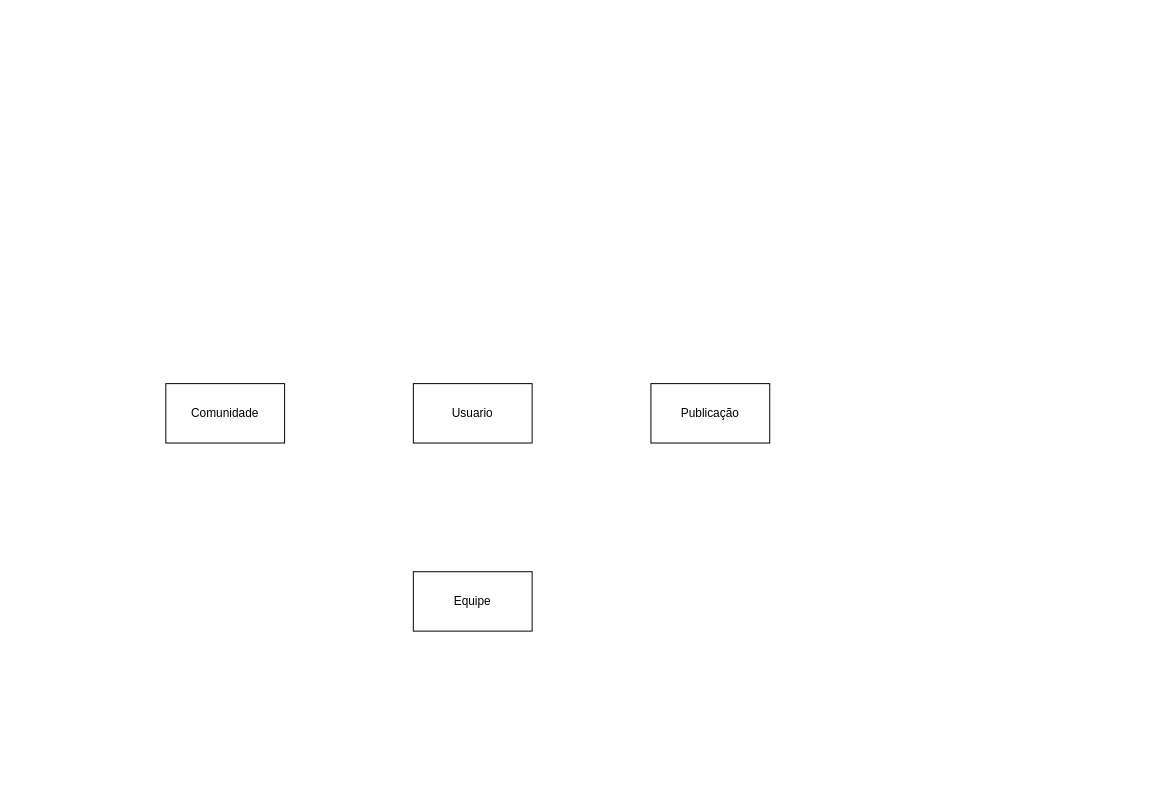
This is Diagrama sem nome.drawio from shigerysasaki/Estudos, a draw.io file, before an edit. Source tidied: cells renumbered, new cells numbered last; positions are measured from the earlier drawing's top-left corner, leaving out a move shared by most shapes. Both pictures are drawn from the tidied source at 99%, with x=0, y=0 at pixel (165, 383).
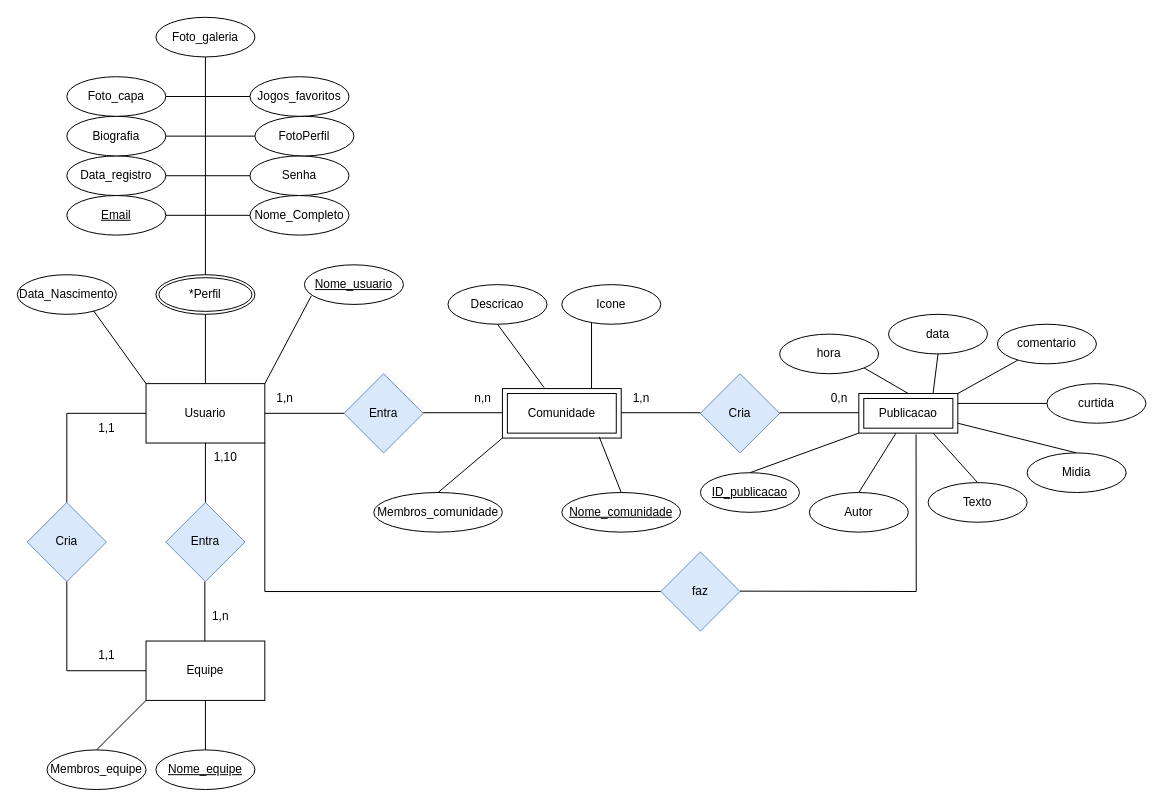
The same diagram, later.

Diff of the diagram source:
```diff
@@
     <mxCell id="2" value="Usuario" style="rounded=0;whiteSpace=wrap;html=1;" parent="1" vertex="1">
-      <mxGeometry x="250" width="120" height="60" as="geometry" />
+      <mxGeometry x="-20" width="120" height="60" as="geometry" />
     </mxCell>
+    <mxCell id="5" value="Equipe" style="rounded=0;whiteSpace=wrap;html=1;" parent="1" vertex="1">
+      <mxGeometry x="-20" y="260" width="120" height="60" as="geometry" />
+    </mxCell>
+    <mxCell id="6" value="Entra" style="rhombus;whiteSpace=wrap;html=1;fillColor=#dae8fc;strokeColor=#6c8ebf;" parent="1" vertex="1">
+      <mxGeometry x="180" y="-10" width="80" height="80" as="geometry" />
+    </mxCell>
+    <mxCell id="7" style="endArrow=none;html=1;rounded=0;exitX=1;exitY=0.5;exitDx=0;exitDy=0;entryX=0;entryY=0.5;entryDx=0;entryDy=0;" parent="1" edge="1" source="2" target="6">
+      <mxGeometry relative="1" as="geometry" />
+    </mxCell>
+    <mxCell id="8" style="endArrow=none;html=1;rounded=0;exitX=1;exitY=0.5;exitDx=0;exitDy=0;entryX=0;entryY=0.5;entryDx=0;entryDy=0;" parent="1" edge="1">
+      <mxGeometry relative="1" as="geometry">
+        <mxPoint x="260" y="29.4" as="sourcePoint" />
+        <mxPoint x="340" y="29.4" as="targetPoint" />
+      </mxGeometry>
+    </mxCell>
+    <mxCell id="9" value="Cria" style="rhombus;whiteSpace=wrap;html=1;fillColor=#dae8fc;strokeColor=#6c8ebf;" parent="1" vertex="1">
+      <mxGeometry x="540" y="-10" width="80" height="80" as="geometry" />
+    </mxCell>
+    <mxCell id="10" style="endArrow=none;html=1;rounded=0;exitX=1;exitY=0.5;exitDx=0;exitDy=0;entryX=0;entryY=0.5;entryDx=0;entryDy=0;" parent="1" edge="1">
+      <mxGeometry relative="1" as="geometry">
+        <mxPoint x="460" y="29.4" as="sourcePoint" />
+        <mxPoint x="540" y="29.4" as="targetPoint" />
+      </mxGeometry>
+    </mxCell>
+    <mxCell id="11" style="endArrow=none;html=1;rounded=0;exitX=1;exitY=0.5;exitDx=0;exitDy=0;entryX=0;entryY=0.5;entryDx=0;entryDy=0;" parent="1" edge="1">
+      <mxGeometry relative="1" as="geometry">
+        <mxPoint x="620" y="29.4" as="sourcePoint" />
+        <mxPoint x="700" y="29.4" as="targetPoint" />
+      </mxGeometry>
+    </mxCell>
+    <mxCell id="12" value="n,n" style="text;html=1;align=center;verticalAlign=middle;strokeColor=none;fillColor=none;" parent="1" vertex="1">
+      <mxGeometry x="300" width="40" height="30" as="geometry" />
+    </mxCell>
+    <mxCell id="13" value="0,n" style="text;html=1;align=center;verticalAlign=middle;strokeColor=none;fillColor=none;" parent="1" vertex="1">
+      <mxGeometry x="660" width="40" height="30" as="geometry" />
+    </mxCell>
+    <mxCell id="14" value="1,n" style="text;html=1;align=center;verticalAlign=middle;strokeColor=none;fillColor=none;" parent="1" vertex="1">
+      <mxGeometry x="100" width="40" height="30" as="geometry" />
+    </mxCell>
+    <mxCell id="15" value="1,n" style="text;html=1;align=center;verticalAlign=middle;strokeColor=none;fillColor=none;" parent="1" vertex="1">
+      <mxGeometry x="460" width="40" height="30" as="geometry" />
+    </mxCell>
+    <mxCell id="16" value="Entra" style="rhombus;whiteSpace=wrap;html=1;fillColor=#dae8fc;strokeColor=#6c8ebf;" parent="1" vertex="1">
+      <mxGeometry y="120" width="80" height="80" as="geometry" />
+    </mxCell>
+    <mxCell id="17" style="endArrow=none;html=1;rounded=0;exitX=0.5;exitY=1;exitDx=0;exitDy=0;entryX=0.5;entryY=0;entryDx=0;entryDy=0;" parent="1" edge="1" source="2" target="16">
+      <mxGeometry relative="1" as="geometry" />
+    </mxCell>
+    <mxCell id="18" style="endArrow=none;html=1;rounded=0;exitX=0.5;exitY=1;exitDx=0;exitDy=0;entryX=0.5;entryY=0;entryDx=0;entryDy=0;" parent="1" edge="1">
+      <mxGeometry relative="1" as="geometry">
+        <mxPoint x="39.4" y="200" as="sourcePoint" />
+        <mxPoint x="39.4" y="260" as="targetPoint" />
+      </mxGeometry>
+    </mxCell>
+    <mxCell id="19" value="1,n" style="text;html=1;align=center;verticalAlign=middle;strokeColor=none;fillColor=none;" parent="1" vertex="1">
+      <mxGeometry x="35" y="220" width="40" height="30" as="geometry" />
+    </mxCell>
+    <mxCell id="20" value="1,10" style="text;html=1;align=center;verticalAlign=middle;strokeColor=none;fillColor=none;" parent="1" vertex="1">
+      <mxGeometry x="35" y="60" width="50" height="30" as="geometry" />
+    </mxCell>
+    <mxCell id="21" style="endArrow=none;html=1;rounded=0;exitX=0.5;exitY=0;exitDx=0;exitDy=0;" parent="1" edge="1" source="2">
+      <mxGeometry relative="1" as="geometry">
+        <mxPoint x="40" y="-330" as="targetPoint" />
+      </mxGeometry>
+    </mxCell>
+    <mxCell id="22" style="endArrow=none;html=1;rounded=0;" parent="1" edge="1">
+      <mxGeometry relative="1" as="geometry">
+        <mxPoint x="-10" y="-170" as="sourcePoint" />
+        <mxPoint x="90" y="-170" as="targetPoint" />
+      </mxGeometry>
+    </mxCell>
+    <mxCell id="23" style="endArrow=none;html=1;rounded=0;exitX=1;exitY=0;exitDx=0;exitDy=0;entryX=0.07;entryY=0.783;entryDx=0;entryDy=0;entryPerimeter=0;" parent="1" edge="1" source="2" target="25">
+      <mxGeometry relative="1" as="geometry" />
+    </mxCell>
+    <mxCell id="24" style="endArrow=none;html=1;rounded=0;" parent="1" edge="1">
+      <mxGeometry relative="1" as="geometry">
+        <mxPoint x="-10" y="-210" as="sourcePoint" />
+        <mxPoint x="90" y="-210" as="targetPoint" />
+      </mxGeometry>
+    </mxCell>
+    <mxCell id="25" value="Nome_usuario" style="ellipse;whiteSpace=wrap;html=1;align=center;fontStyle=4;" parent="1" vertex="1">
+      <mxGeometry x="140" y="-120" width="100" height="40" as="geometry" />
+    </mxCell>
+    <mxCell id="26" value="Email" style="ellipse;whiteSpace=wrap;html=1;align=center;fontStyle=4;" parent="1" vertex="1">
+      <mxGeometry x="-100" y="-190" width="100" height="40" as="geometry" />
+    </mxCell>
+    <mxCell id="27" value="Nome_Completo" style="ellipse;whiteSpace=wrap;html=1;align=center;" parent="1" vertex="1">
+      <mxGeometry x="85" y="-190" width="100" height="40" as="geometry" />
+    </mxCell>
+    <mxCell id="28" value="Data_Nascimento" style="ellipse;whiteSpace=wrap;html=1;align=center;" parent="1" vertex="1">
+      <mxGeometry x="-150" y="-110" width="100" height="40" as="geometry" />
+    </mxCell>
+    <mxCell id="29" value="Senha" style="ellipse;whiteSpace=wrap;html=1;align=center;" parent="1" vertex="1">
+      <mxGeometry x="85" y="-230" width="100" height="40" as="geometry" />
+    </mxCell>
+    <mxCell id="30" value="Data_registro" style="ellipse;whiteSpace=wrap;html=1;align=center;" parent="1" vertex="1">
+      <mxGeometry x="-100" y="-230" width="100" height="40" as="geometry" />
+    </mxCell>
+    <mxCell id="31" style="endArrow=none;html=1;rounded=0;" parent="1" edge="1">
+      <mxGeometry relative="1" as="geometry">
+        <mxPoint x="-10" y="-250" as="sourcePoint" />
+        <mxPoint x="90" y="-250" as="targetPoint" />
+      </mxGeometry>
+    </mxCell>
+    <mxCell id="32" style="endArrow=none;html=1;rounded=0;" parent="1" edge="1">
+      <mxGeometry relative="1" as="geometry">
+        <mxPoint x="-10" y="-290" as="sourcePoint" />
+        <mxPoint x="90" y="-290" as="targetPoint" />
+      </mxGeometry>
+    </mxCell>
+    <mxCell id="33" value="Biografia" style="ellipse;whiteSpace=wrap;html=1;align=center;" parent="1" vertex="1">
+      <mxGeometry x="-100" y="-270" width="100" height="40" as="geometry" />
+    </mxCell>
+    <mxCell id="34" value="FotoPerfil" style="ellipse;whiteSpace=wrap;html=1;align=center;" parent="1" vertex="1">
+      <mxGeometry x="90" y="-270" width="100" height="40" as="geometry" />
+    </mxCell>
+    <mxCell id="35" value="Foto_capa" style="ellipse;whiteSpace=wrap;html=1;align=center;" parent="1" vertex="1">
+      <mxGeometry x="-100" y="-310" width="100" height="40" as="geometry" />
+    </mxCell>
+    <mxCell id="36" value="Foto_galeria" style="ellipse;whiteSpace=wrap;html=1;align=center;" parent="1" vertex="1">
+      <mxGeometry x="-10" y="-370" width="100" height="40" as="geometry" />
+    </mxCell>
+    <mxCell id="37" value="Jogos_favoritos" style="ellipse;whiteSpace=wrap;html=1;align=center;" parent="1" vertex="1">
+      <mxGeometry x="85" y="-310" width="100" height="40" as="geometry" />
+    </mxCell>
-    <mxCell id="3" value="Comunidade" style="rounded=0;whiteSpace=wrap;html=1;" parent="1" vertex="1">
-      <mxGeometry width="120" height="60" as="geometry" />
+    <mxCell id="3" value="Comunidade" style="shape=ext;margin=3;double=1;whiteSpace=wrap;html=1;align=center;" parent="1" vertex="1">
+      <mxGeometry x="340" y="5" width="120" height="50" as="geometry" />
     </mxCell>
-    <mxCell id="4" value="Publicação" style="rounded=0;whiteSpace=wrap;html=1;" parent="1" vertex="1">
-      <mxGeometry x="490" width="120" height="60" as="geometry" />
-    </mxCell>
-    <mxCell id="5" value="Equipe" style="rounded=0;whiteSpace=wrap;html=1;" parent="1" vertex="1">
-      <mxGeometry x="250" y="190" width="120" height="60" as="geometry" />
-    </mxCell>
+    <mxCell id="38" value="Publicacao" style="shape=ext;margin=3;double=1;whiteSpace=wrap;html=1;align=center;" parent="1" vertex="1">
+      <mxGeometry x="700" y="10" width="100" height="40" as="geometry" />
+    </mxCell>
+    <mxCell id="39" style="endArrow=none;html=1;rounded=0;exitX=0;exitY=0;exitDx=0;exitDy=0;entryX=0.77;entryY=0.908;entryDx=0;entryDy=0;entryPerimeter=0;" parent="1" edge="1" source="2" target="28">
+      <mxGeometry relative="1" as="geometry" />
+    </mxCell>
+    <mxCell id="40" value="*Perfil" style="ellipse;shape=doubleEllipse;margin=3;whiteSpace=wrap;html=1;align=center;" parent="1" vertex="1">
+      <mxGeometry x="-10" y="-110" width="100" height="40" as="geometry" />
+    </mxCell>
+    <mxCell id="41" style="endArrow=none;html=1;rounded=0;entryX=0;entryY=1;entryDx=0;entryDy=0;exitX=0.5;exitY=0;exitDx=0;exitDy=0;" parent="1" edge="1" source="42" target="3">
+      <mxGeometry relative="1" as="geometry" />
+    </mxCell>
+    <mxCell id="42" value="Membros_comunidade" style="ellipse;whiteSpace=wrap;html=1;align=center;" parent="1" vertex="1">
+      <mxGeometry x="210" y="110" width="130" height="40" as="geometry" />
+    </mxCell>
+    <mxCell id="43" style="endArrow=none;html=1;rounded=0;entryX=0.815;entryY=0.977;entryDx=0;entryDy=0;entryPerimeter=0;exitX=0.5;exitY=0;exitDx=0;exitDy=0;" parent="1" edge="1" source="44" target="3">
+      <mxGeometry relative="1" as="geometry" />
+    </mxCell>
+    <mxCell id="44" value="Nome_comunidade" style="ellipse;whiteSpace=wrap;html=1;align=center;fontStyle=4;" parent="1" vertex="1">
+      <mxGeometry x="400" y="110" width="120" height="40" as="geometry" />
+    </mxCell>
+    <mxCell id="45" style="endArrow=none;html=1;rounded=0;entryX=0.35;entryY=-0.023;entryDx=0;entryDy=0;exitX=0.5;exitY=1;exitDx=0;exitDy=0;entryPerimeter=0;" parent="1" edge="1" source="46" target="3">
+      <mxGeometry relative="1" as="geometry" />
+    </mxCell>
+    <mxCell id="46" value="Descricao" style="ellipse;whiteSpace=wrap;html=1;align=center;" parent="1" vertex="1">
+      <mxGeometry x="285" y="-100" width="100" height="40" as="geometry" />
+    </mxCell>
+    <mxCell id="47" style="endArrow=none;html=1;rounded=0;entryX=0.75;entryY=0;entryDx=0;entryDy=0;" parent="1" edge="1" target="3">
+      <mxGeometry relative="1" as="geometry">
+        <mxPoint x="430" y="-70" as="sourcePoint" />
+      </mxGeometry>
+    </mxCell>
+    <mxCell id="48" value="Icone" style="ellipse;whiteSpace=wrap;html=1;align=center;" parent="1" vertex="1">
+      <mxGeometry x="400" y="-100" width="100" height="40" as="geometry" />
+    </mxCell>
+    <mxCell id="49" style="endArrow=none;html=1;rounded=0;entryX=0.75;entryY=1;entryDx=0;entryDy=0;exitX=0.5;exitY=0;exitDx=0;exitDy=0;" parent="1" edge="1" source="51" target="38">
+      <mxGeometry relative="1" as="geometry" />
+    </mxCell>
+    <mxCell id="50" style="endArrow=none;html=1;rounded=0;entryX=0;entryY=1;entryDx=0;entryDy=0;exitX=0.5;exitY=0;exitDx=0;exitDy=0;" parent="1" edge="1" source="63" target="38">
+      <mxGeometry relative="1" as="geometry" />
+    </mxCell>
+    <mxCell id="51" value="Texto" style="ellipse;whiteSpace=wrap;html=1;align=center;" parent="1" vertex="1">
+      <mxGeometry x="770" y="100" width="100" height="40" as="geometry" />
+    </mxCell>
+    <mxCell id="52" style="endArrow=none;html=1;rounded=0;entryX=1;entryY=0.75;entryDx=0;entryDy=0;exitX=0.5;exitY=0;exitDx=0;exitDy=0;" parent="1" edge="1" source="53" target="38">
+      <mxGeometry relative="1" as="geometry" />
+    </mxCell>
+    <mxCell id="53" value="Midia" style="ellipse;whiteSpace=wrap;html=1;align=center;" parent="1" vertex="1">
+      <mxGeometry x="870" y="70" width="100" height="40" as="geometry" />
+    </mxCell>
+    <mxCell id="54" value="curtida" style="ellipse;whiteSpace=wrap;html=1;align=center;" parent="1" vertex="1">
+      <mxGeometry x="890" width="100" height="40" as="geometry" />
+    </mxCell>
+    <mxCell id="55" value="comentario" style="ellipse;whiteSpace=wrap;html=1;align=center;" parent="1" vertex="1">
+      <mxGeometry x="840" y="-60" width="100" height="40" as="geometry" />
+    </mxCell>
+    <mxCell id="56" value="data" style="ellipse;whiteSpace=wrap;html=1;align=center;" parent="1" vertex="1">
+      <mxGeometry x="730" y="-70" width="100" height="40" as="geometry" />
+    </mxCell>
+    <mxCell id="57" value="hora" style="ellipse;whiteSpace=wrap;html=1;align=center;" parent="1" vertex="1">
+      <mxGeometry x="620" y="-50" width="100" height="40" as="geometry" />
+    </mxCell>
+    <mxCell id="58" style="endArrow=none;html=1;rounded=0;entryX=1;entryY=0.25;entryDx=0;entryDy=0;exitX=0;exitY=0.5;exitDx=0;exitDy=0;" parent="1" edge="1" source="54" target="38">
+      <mxGeometry relative="1" as="geometry" />
+    </mxCell>
+    <mxCell id="59" style="endArrow=none;html=1;rounded=0;entryX=1;entryY=0;entryDx=0;entryDy=0;" parent="1" edge="1" source="55" target="38">
+      <mxGeometry relative="1" as="geometry" />
+    </mxCell>
+    <mxCell id="60" style="endArrow=none;html=1;rounded=0;entryX=0.75;entryY=0;entryDx=0;entryDy=0;exitX=0.5;exitY=1;exitDx=0;exitDy=0;" parent="1" edge="1" source="56" target="38">
+      <mxGeometry relative="1" as="geometry" />
+    </mxCell>
+    <mxCell id="61" style="endArrow=none;html=1;rounded=0;entryX=0.5;entryY=0;entryDx=0;entryDy=0;exitX=1;exitY=1;exitDx=0;exitDy=0;" parent="1" edge="1" source="57" target="38">
+      <mxGeometry relative="1" as="geometry" />
+    </mxCell>
+    <mxCell id="62" style="endArrow=none;html=1;rounded=0;exitX=0.5;exitY=0;exitDx=0;exitDy=0;" parent="1" edge="1" source="64" target="38">
+      <mxGeometry relative="1" as="geometry" />
+    </mxCell>
+    <mxCell id="63" value="ID_publicacao" style="ellipse;whiteSpace=wrap;html=1;align=center;fontStyle=4;" parent="1" vertex="1">
+      <mxGeometry x="540" y="90" width="100" height="40" as="geometry" />
+    </mxCell>
+    <mxCell id="64" value="Autor" style="ellipse;whiteSpace=wrap;html=1;align=center;" parent="1" vertex="1">
+      <mxGeometry x="650" y="110" width="100" height="40" as="geometry" />
+    </mxCell>
+    <mxCell id="65" style="endArrow=none;html=1;rounded=0;exitX=1;exitY=1;exitDx=0;exitDy=0;" parent="1" edge="1" source="2" target="66">
+      <mxGeometry relative="1" as="geometry">
+        <Array as="points">
+          <mxPoint x="100" y="210" />
+        </Array>
+      </mxGeometry>
+    </mxCell>
+    <mxCell id="66" value="faz" style="rhombus;whiteSpace=wrap;html=1;fillColor=#dae8fc;strokeColor=#6c8ebf;" parent="1" vertex="1">
+      <mxGeometry x="500" y="170" width="80" height="80" as="geometry" />
+    </mxCell>
+    <mxCell id="67" style="endArrow=none;html=1;rounded=0;entryX=0.578;entryY=1.033;entryDx=0;entryDy=0;entryPerimeter=0;" parent="1" edge="1" target="38">
+      <mxGeometry relative="1" as="geometry">
+        <mxPoint x="580" y="209.6" as="sourcePoint" />
+        <Array as="points">
+          <mxPoint x="758" y="210" />
+        </Array>
+      </mxGeometry>
+    </mxCell>
+    <mxCell id="68" value="Cria" style="rhombus;whiteSpace=wrap;html=1;fillColor=#dae8fc;strokeColor=#6c8ebf;" parent="1" vertex="1">
+      <mxGeometry x="-140" y="120" width="80" height="80" as="geometry" />
+    </mxCell>
+    <mxCell id="69" style="endArrow=none;html=1;rounded=0;entryX=0;entryY=0.5;entryDx=0;entryDy=0;exitX=0.5;exitY=0;exitDx=0;exitDy=0;" parent="1" edge="1" source="68" target="2">
+      <mxGeometry relative="1" as="geometry">
+        <Array as="points">
+          <mxPoint x="-100" y="30" />
+        </Array>
+      </mxGeometry>
+    </mxCell>
+    <mxCell id="70" style="endArrow=none;html=1;rounded=0;entryX=0;entryY=0.5;entryDx=0;entryDy=0;exitX=0.5;exitY=1;exitDx=0;exitDy=0;" parent="1" edge="1" source="68" target="5">
+      <mxGeometry relative="1" as="geometry">
+        <Array as="points">
+          <mxPoint x="-100" y="290" />
+        </Array>
+      </mxGeometry>
+    </mxCell>
+    <mxCell id="71" value="1,1" style="text;html=1;align=center;verticalAlign=middle;strokeColor=none;fillColor=none;" parent="1" vertex="1">
+      <mxGeometry x="-80" y="260" width="40" height="30" as="geometry" />
+    </mxCell>
+    <mxCell id="72" value="1,1" style="text;html=1;align=center;verticalAlign=middle;strokeColor=none;fillColor=none;" parent="1" vertex="1">
+      <mxGeometry x="-80" y="30" width="40" height="30" as="geometry" />
+    </mxCell>
+    <mxCell id="73" value="Membros_equipe" style="ellipse;whiteSpace=wrap;html=1;align=center;" parent="1" vertex="1">
+      <mxGeometry x="-120" y="370" width="100" height="40" as="geometry" />
+    </mxCell>
+    <mxCell id="74" style="endArrow=none;html=1;rounded=0;exitX=0;exitY=1;exitDx=0;exitDy=0;entryX=0.5;entryY=0;entryDx=0;entryDy=0;" parent="1" edge="1" source="5" target="73">
+      <mxGeometry relative="1" as="geometry" />
+    </mxCell>
+    <mxCell id="75" value="Nome_equipe" style="ellipse;whiteSpace=wrap;html=1;align=center;fontStyle=4;" parent="1" vertex="1">
+      <mxGeometry x="-10" y="370" width="100" height="40" as="geometry" />
+    </mxCell>
+    <mxCell id="76" style="endArrow=none;html=1;rounded=0;exitX=0.5;exitY=1;exitDx=0;exitDy=0;entryX=0.5;entryY=0;entryDx=0;entryDy=0;" parent="1" edge="1" source="5" target="75">
+      <mxGeometry relative="1" as="geometry" />
+    </mxCell>
```
